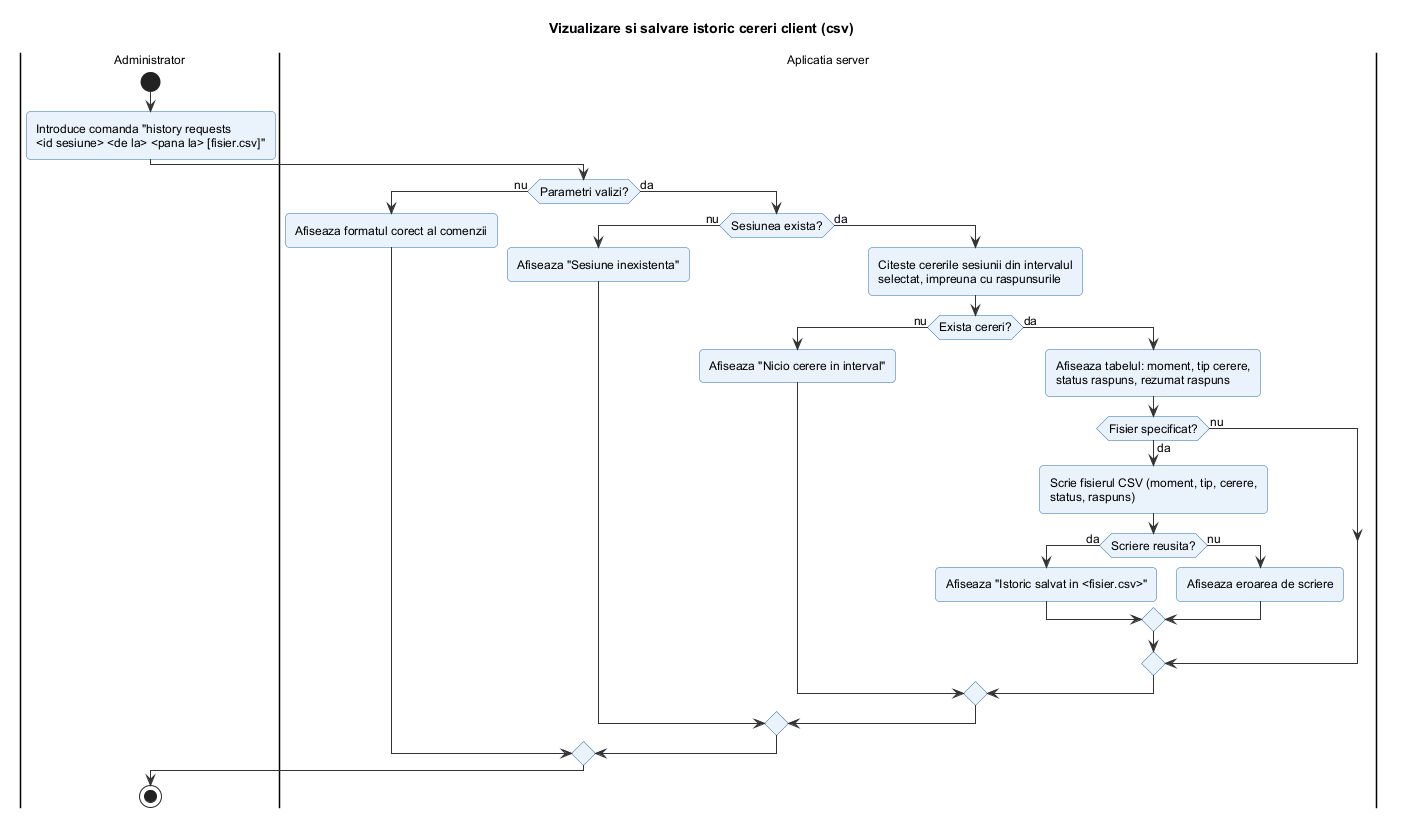
Before: docs/diagrame/2_activitati/istoric_cereri_client.png, a diagram exported from PlantUML (filip-eanu/ProiectIS). Source of this version:
```plantuml
@startuml istoric_cereri_client
!include ../_stil.iuml
title Vizualizare si salvare istoric cereri client (csv)

|Administrator|
start
:Introduce comanda "history requests
<id sesiune> <de la> <pana la> [fisier.csv]";
|Aplicatia server|
if (Parametri valizi?) then (nu)
  :Afiseaza formatul corect al comenzii;
else (da)
  if (Sesiunea exista?) then (nu)
    :Afiseaza "Sesiune inexistenta";
  else (da)
    :Citeste cererile sesiunii din intervalul
    selectat, impreuna cu raspunsurile;
    if (Exista cereri?) then (nu)
      :Afiseaza "Nicio cerere in interval";
    else (da)
      :Afiseaza tabelul: moment, tip cerere,
      status raspuns, rezumat raspuns;
      if (Fisier specificat?) then (da)
        :Scrie fisierul CSV (moment, tip, cerere,
        status, raspuns);
        if (Scriere reusita?) then (da)
          :Afiseaza "Istoric salvat in <fisier.csv>";
        else (nu)
          :Afiseaza eroarea de scriere;
        endif
      else (nu)
      endif
    endif
  endif
endif
|Administrator|
stop
@enduml
```
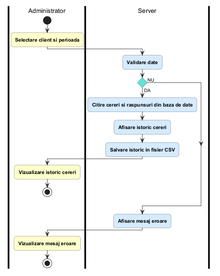
Later version of the same file.

Diff of the diagram source:
```diff
@@ -1,38 +1,23 @@
 @startuml istoric_cereri_client
-!include ../_stil.iuml
-title Vizualizare si salvare istoric cereri client (csv)
+!include ../_stil_activitati.iuml
 
 |Administrator|
 start
-:Introduce comanda "history requests
-<id sesiune> <de la> <pana la> [fisier.csv]";
-|Aplicatia server|
-if (Parametri valizi?) then (nu)
-  :Afiseaza formatul corect al comenzii;
-else (da)
-  if (Sesiunea exista?) then (nu)
-    :Afiseaza "Sesiune inexistenta";
-  else (da)
-    :Citeste cererile sesiunii din intervalul
-    selectat, impreuna cu raspunsurile;
-    if (Exista cereri?) then (nu)
-      :Afiseaza "Nicio cerere in interval";
-    else (da)
-      :Afiseaza tabelul: moment, tip cerere,
-      status raspuns, rezumat raspuns;
-      if (Fisier specificat?) then (da)
-        :Scrie fisierul CSV (moment, tip, cerere,
-        status, raspuns);
-        if (Scriere reusita?) then (da)
-          :Afiseaza "Istoric salvat in <fisier.csv>";
-        else (nu)
-          :Afiseaza eroarea de scriere;
-        endif
-      else (nu)
-      endif
-    endif
-  endif
+$A("Selectare client si perioada")
+|Server|
+$S("Validare date")
+if () then (DA)
+  $S("Citire cereri si raspunsuri din baza de date")
+  $S("Afisare istoric cereri")
+  $S("Salvare istoric in fisier CSV")
+  |Administrator|
+  $A("Vizualizare istoric cereri")
+  stop
+else (NU)
 endif
+|Server|
+$S("Afisare mesaj eroare")
 |Administrator|
+$A("Vizualizare mesaj eroare")
 stop
 @enduml
```
